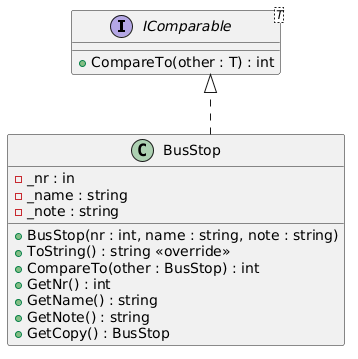
The PlantUML diagram src/assets/img/kmom01/KlassdiagramKmom01Uppgift.png in bbe-work/bbe-work.github.io, before a commit.
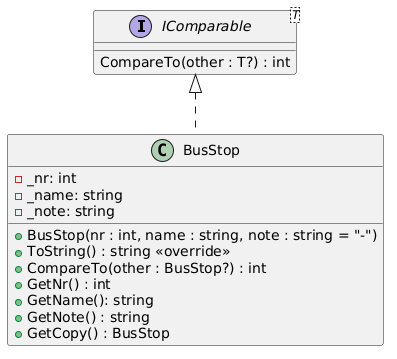
After the commit.

Diff of the diagram source:
```diff
@@ -1,26 +1,20 @@
 @startuml
-skinparam linetype ortho
-top to bottom direction
+IComparable <|.. BusStop
+
+class BusStop {
+ - _nr: int
+ - _name: string
+ - _note: string
+ + BusStop(nr : int, name : string, note : string = "-")
+ + ToString() : string <<override>>
+ + CompareTo(other : BusStop?) : int
+ + GetNr() : int
+ + GetName(): string
+ + GetNote() : string
+ + GetCopy() : BusStop
+}
 
 interface IComparable<T> {
-  + CompareTo(other : T) : int
+ CompareTo(other : T?) : int
 }
-
-class BusStop {
-  - _nr : in
-  - _name : string
-  - _note : string
-
-  + BusStop(nr : int, name : string, note : string)
-  + ToString() : string <<override>>
-  + CompareTo(other : BusStop) : int
-  + GetNr() : int
-  + GetName() : string
-  + GetNote() : string
-  + GetCopy() : BusStop
-}
-
-IComparable -[hidden]-> BusStop
-
-BusStop ..|> IComparable
 @enduml
```
